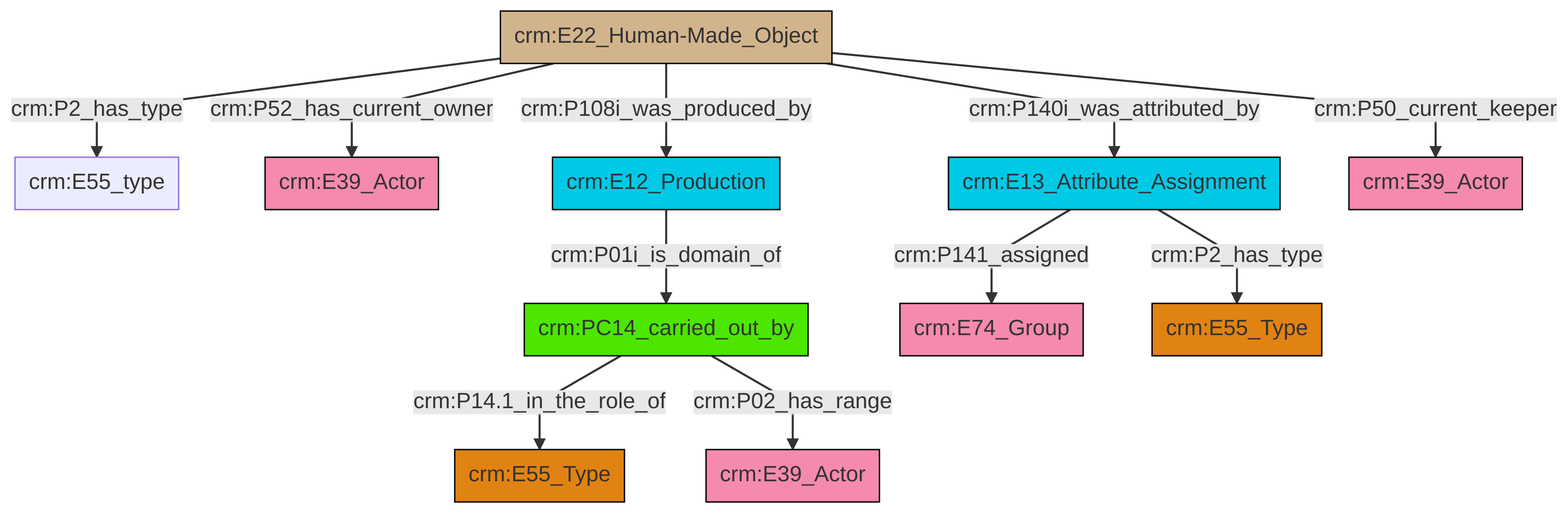
The Mermaid diagram et/artworkCSV/ttl/mmd/png/Artwork_Actor_Relations.png in swiss-art-research-net/reference-data-models, before a commit. Its source is kept beside it as et/artworkCSV/ttl/mmd/Artwork_Actor_Relations.ttl.mmd.
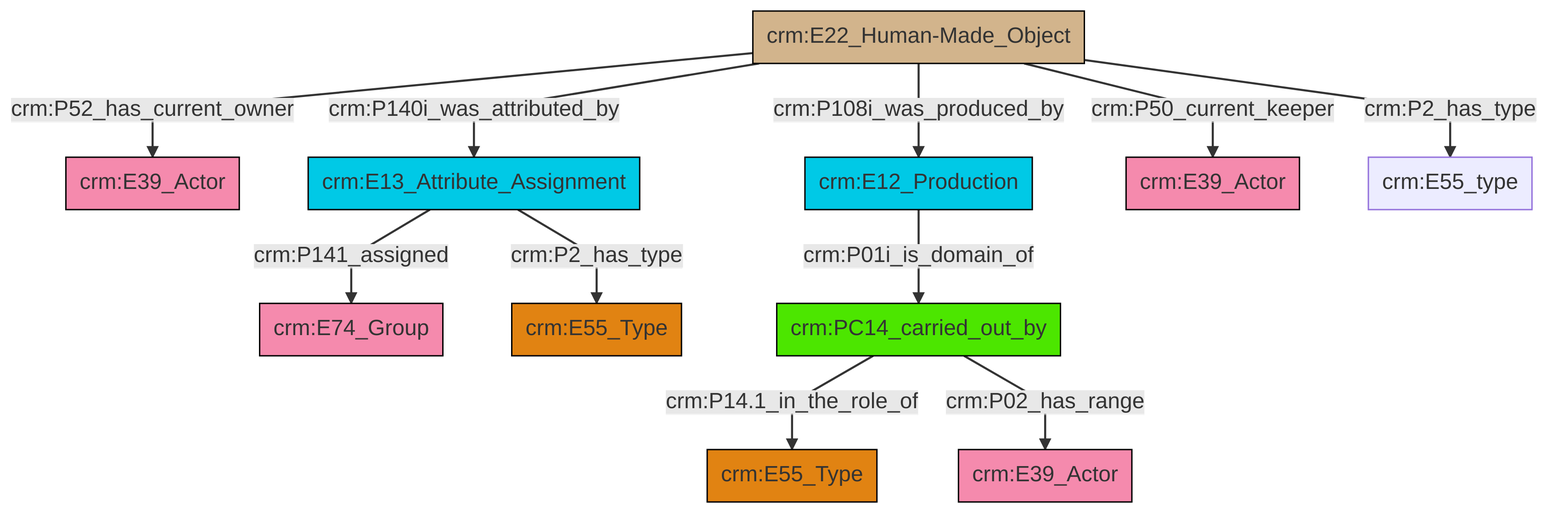
Above is the later version.

Change to the diagram source:
```diff
@@ -13,13 +13,13 @@
 classDef PC_Classes fill:#4ce600, stroke:#000000;
 classDef Multi fill:#cccccc,stroke:#000000;
 
-8["crm:PC14_carried_out_by"]:::PC_Classes -->|crm:P14.1_in_the_role_of| 9["crm:E55_Type"]:::Type
-0["crm:E12_Production"]:::Temporal_Entity -->|crm:P01i_is_domain_of| 8["crm:PC14_carried_out_by"]:::PC_Classes
-2["crm:E22_Human-Made_Object"]:::Physical_Thing -->|crm:P2_has_type| 15["crm:E55_type"]:::Default
-2["crm:E22_Human-Made_Object"]:::Physical_Thing -->|crm:P52_has_current_owner| 4["crm:E39_Actor"]:::Actor
-2["crm:E22_Human-Made_Object"]:::Physical_Thing -->|crm:P108i_was_produced_by| 0["crm:E12_Production"]:::Temporal_Entity
-2["crm:E22_Human-Made_Object"]:::Physical_Thing -->|crm:P140i_was_attributed_by| 20["crm:E13_Attribute_Assignment"]:::Temporal_Entity
-8["crm:PC14_carried_out_by"]:::PC_Classes -->|crm:P02_has_range| 13["crm:E39_Actor"]:::Actor
-2["crm:E22_Human-Made_Object"]:::Physical_Thing -->|crm:P50_current_keeper| 18["crm:E39_Actor"]:::Actor
-20["crm:E13_Attribute_Assignment"]:::Temporal_Entity -->|crm:P141_assigned| 11["crm:E74_Group"]:::Actor
-20["crm:E13_Attribute_Assignment"]:::Temporal_Entity -->|crm:P2_has_type| 6["crm:E55_Type"]:::Type
+2["crm:E22_Human-Made_Object"]:::Physical_Thing -->|crm:P140i_was_attributed_by| 4["crm:E13_Attribute_Assignment"]:::Temporal_Entity
+2["crm:E22_Human-Made_Object"]:::Physical_Thing -->|crm:P108i_was_produced_by| 5["crm:E12_Production"]:::Temporal_Entity
+4["crm:E13_Attribute_Assignment"]:::Temporal_Entity -->|crm:P141_assigned| 8["crm:E74_Group"]:::Actor
+4["crm:E13_Attribute_Assignment"]:::Temporal_Entity -->|crm:P2_has_type| 13["crm:E55_Type"]:::Type
+5["crm:E12_Production"]:::Temporal_Entity -->|crm:P01i_is_domain_of| 17["crm:PC14_carried_out_by"]:::PC_Classes
+2["crm:E22_Human-Made_Object"]:::Physical_Thing -->|crm:P2_has_type| 19["crm:E55_type"]:::Default
+2["crm:E22_Human-Made_Object"]:::Physical_Thing -->|crm:P52_has_current_owner| 0["crm:E39_Actor"]:::Actor
+17["crm:PC14_carried_out_by"]:::PC_Classes -->|crm:P14.1_in_the_role_of| 11["crm:E55_Type"]:::Type
+2["crm:E22_Human-Made_Object"]:::Physical_Thing -->|crm:P50_current_keeper| 9["crm:E39_Actor"]:::Actor
+17["crm:PC14_carried_out_by"]:::PC_Classes -->|crm:P02_has_range| 6["crm:E39_Actor"]:::Actor
```
